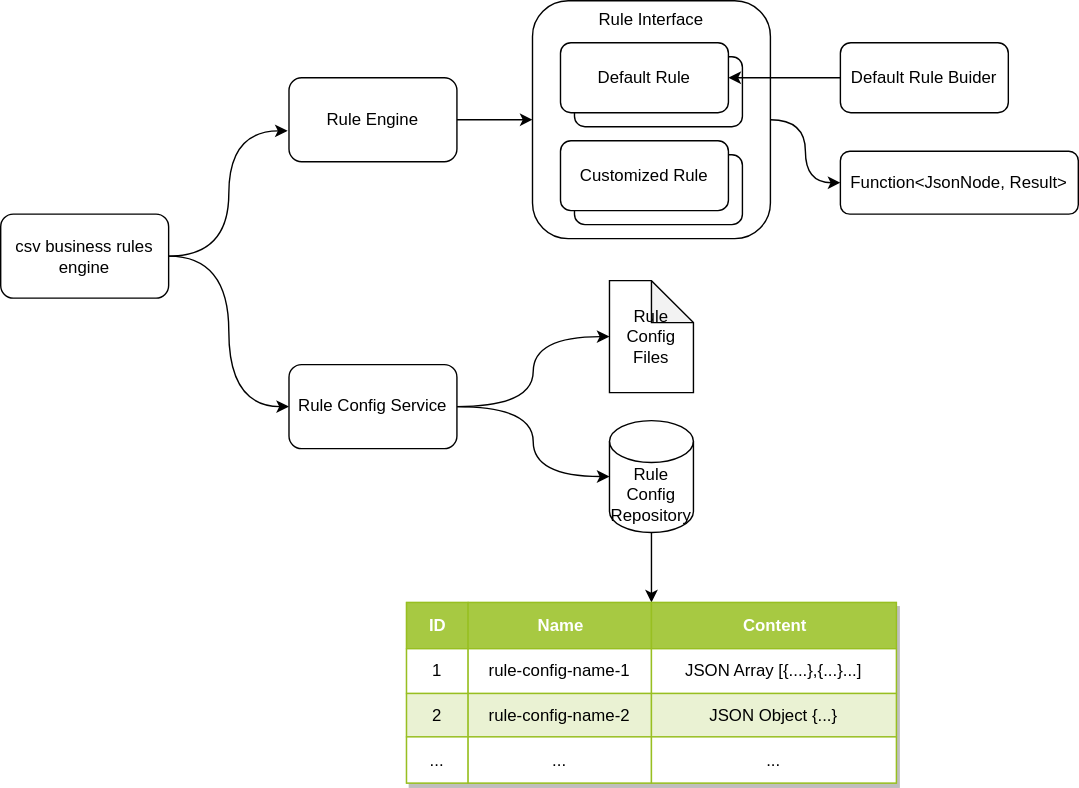
colinzhu/business-rule-engine keeps this draw.io diagram as csv-business-rules-engine.drawio.svg. Above is the earlier version. Source tidied: cells renumbered, new cells last; positions are measured from the earlier drawing's top-left corner, leaving out a move shared by most shapes.
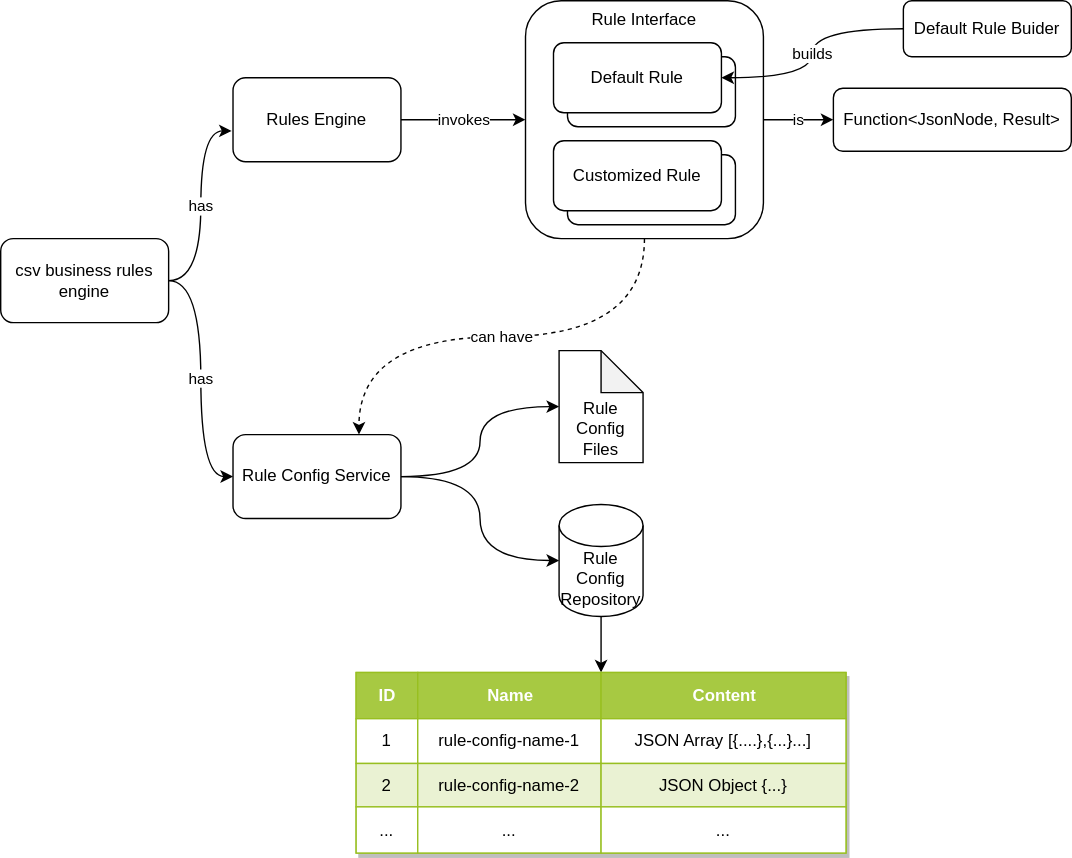
After the change.

Change to the diagram source:
```diff
@@ -2,44 +2,44 @@
   <root>
     <mxCell id="0" />
     <mxCell id="1" parent="0" />
-    <mxCell id="2" style="edgeStyle=orthogonalEdgeStyle;curved=1;rounded=0;jettySize=auto;html=1;entryX=-0.008;entryY=0.633;entryDx=0;entryDy=0;entryPerimeter=0;exitX=1;exitY=0.5;exitDx=0;exitDy=0;" parent="1" edge="1" source="4" target="6">
+    <mxCell id="2" value="has" style="edgeStyle=orthogonalEdgeStyle;curved=1;rounded=0;jettySize=auto;html=1;entryX=-0.008;entryY=0.633;entryDx=0;entryDy=0;entryPerimeter=0;exitX=1;exitY=0.5;exitDx=0;exitDy=0;" parent="1" edge="1" source="4" target="6">
       <mxGeometry relative="1" as="geometry" />
     </mxCell>
-    <mxCell id="3" style="edgeStyle=orthogonalEdgeStyle;curved=1;rounded=0;jettySize=auto;html=1;entryX=0;entryY=0.5;entryDx=0;entryDy=0;" parent="1" edge="1" source="4" target="11">
+    <mxCell id="3" value="has" style="edgeStyle=orthogonalEdgeStyle;curved=1;rounded=0;jettySize=auto;html=1;entryX=0;entryY=0.5;entryDx=0;entryDy=0;" parent="1" edge="1" source="4" target="11">
       <mxGeometry relative="1" as="geometry" />
     </mxCell>
     <mxCell id="4" value="csv business rules engine" style="rounded=1;whiteSpace=wrap;html=1;" parent="1" vertex="1">
-      <mxGeometry y="152.5" width="120" height="60" as="geometry" />
+      <mxGeometry x="-10" y="170" width="120" height="60" as="geometry" />
     </mxCell>
-    <mxCell id="5" style="edgeStyle=orthogonalEdgeStyle;curved=1;rounded=0;jettySize=auto;html=1;entryX=0;entryY=0.5;entryDx=0;entryDy=0;" parent="1" edge="1" source="6" target="32">
+    <mxCell id="5" value="invokes" style="edgeStyle=orthogonalEdgeStyle;curved=1;rounded=0;jettySize=auto;html=1;entryX=0;entryY=0.5;entryDx=0;entryDy=0;exitX=1;exitY=0.5;exitDx=0;exitDy=0;" parent="1" edge="1" source="6" target="32">
       <mxGeometry relative="1" as="geometry" />
     </mxCell>
-    <mxCell id="6" value="Rule Engine" style="rounded=1;whiteSpace=wrap;html=1;" parent="1" vertex="1">
-      <mxGeometry x="206" y="55" width="120" height="60" as="geometry" />
+    <mxCell id="6" value="Rules Engine" style="rounded=1;whiteSpace=wrap;html=1;" parent="1" vertex="1">
+      <mxGeometry x="156" y="55" width="120" height="60" as="geometry" />
     </mxCell>
     <mxCell id="7" style="edgeStyle=orthogonalEdgeStyle;curved=1;rounded=0;jettySize=auto;html=1;" parent="1" edge="1" source="8" target="15">
       <mxGeometry relative="1" as="geometry" />
     </mxCell>
     <mxCell id="8" value="Rule Config Repository" style="shape=cylinder3;whiteSpace=wrap;html=1;boundedLbl=1;backgroundOutline=1;size=15;" parent="1" vertex="1">
-      <mxGeometry x="435" y="300" width="60" height="80" as="geometry" />
+      <mxGeometry x="389" y="360" width="60" height="80" as="geometry" />
     </mxCell>
-    <mxCell id="9" style="edgeStyle=orthogonalEdgeStyle;curved=1;rounded=0;jettySize=auto;html=1;entryX=0;entryY=0.5;entryDx=0;entryDy=0;entryPerimeter=0;" parent="1" edge="1" source="11" target="12">
+    <mxCell id="9" style="edgeStyle=orthogonalEdgeStyle;curved=1;rounded=0;jettySize=auto;html=1;entryX=0;entryY=0.5;entryDx=0;entryDy=0;entryPerimeter=0;exitX=1;exitY=0.5;exitDx=0;exitDy=0;" parent="1" edge="1" source="11" target="12">
       <mxGeometry relative="1" as="geometry" />
     </mxCell>
-    <mxCell id="10" style="edgeStyle=orthogonalEdgeStyle;curved=1;rounded=0;jettySize=auto;html=1;entryX=0;entryY=0.5;entryDx=0;entryDy=0;entryPerimeter=0;" parent="1" edge="1" source="11" target="8">
+    <mxCell id="10" style="edgeStyle=orthogonalEdgeStyle;curved=1;rounded=0;jettySize=auto;html=1;entryX=0;entryY=0.5;entryDx=0;entryDy=0;entryPerimeter=0;exitX=1;exitY=0.5;exitDx=0;exitDy=0;" parent="1" edge="1" source="11" target="8">
       <mxGeometry relative="1" as="geometry" />
     </mxCell>
     <mxCell id="11" value="Rule Config Service" style="rounded=1;whiteSpace=wrap;html=1;" parent="1" vertex="1">
-      <mxGeometry x="206" y="260" width="120" height="60" as="geometry" />
+      <mxGeometry x="156" y="310" width="120" height="60" as="geometry" />
     </mxCell>
-    <mxCell id="12" value="Rule Config Files" style="shape=note;whiteSpace=wrap;html=1;backgroundOutline=1;darkOpacity=0.05;" parent="1" vertex="1">
-      <mxGeometry x="435" y="200" width="60" height="80" as="geometry" />
+    <mxCell id="12" value="Rule Config Files" style="shape=note;whiteSpace=wrap;html=1;backgroundOutline=1;darkOpacity=0.05;verticalAlign=bottom;" parent="1" vertex="1">
+      <mxGeometry x="389" y="250" width="60" height="80" as="geometry" />
     </mxCell>
     <mxCell id="13" value="Default Rule Buider" style="rounded=1;whiteSpace=wrap;html=1;" parent="1" vertex="1">
-      <mxGeometry x="600" y="30" width="120" height="50" as="geometry" />
+      <mxGeometry x="635" width="120" height="40" as="geometry" />
     </mxCell>
     <mxCell id="14" value="Assets" style="strokeColor=#98bf21;fillColor=#A7C942;shadow=1;" parent="1" vertex="1">
-      <mxGeometry x="290" y="430" width="350" height="129" as="geometry" />
+      <mxGeometry x="244" y="480" width="350" height="129" as="geometry" />
     </mxCell>
     <mxCell id="15" style="shape=tableRow;horizontal=0;startSize=0;swimlaneHead=0;swimlaneBody=0;top=0;left=0;bottom=0;right=0;fontStyle=0;strokeColor=inherit;fillColor=#ffffff;" parent="14" vertex="1">
       <mxGeometry width="350" height="33" as="geometry" />
@@ -89,14 +89,17 @@
     <mxCell id="30" value="..." style="strokeColor=inherit;fillColor=inherit;fontStyle=0;align=center;whiteSpace=wrap;html=1;" parent="27" vertex="1">
       <mxGeometry x="175" width="175" height="33" as="geometry" />
     </mxCell>
-    <mxCell id="31" style="edgeStyle=orthogonalEdgeStyle;curved=1;rounded=0;jettySize=auto;html=1;entryX=0;entryY=0.5;entryDx=0;entryDy=0;exitX=1;exitY=0.5;exitDx=0;exitDy=0;" parent="1" edge="1" source="32" target="40">
+    <mxCell id="31" value="is" style="edgeStyle=orthogonalEdgeStyle;curved=1;rounded=0;jettySize=auto;html=1;entryX=0;entryY=0.5;entryDx=0;entryDy=0;exitX=1;exitY=0.5;exitDx=0;exitDy=0;" parent="1" edge="1" source="32" target="40">
       <mxGeometry relative="1" as="geometry" />
     </mxCell>
+    <mxCell id="41" value="can have" style="edgeStyle=orthogonalEdgeStyle;curved=1;rounded=0;jettySize=auto;html=1;entryX=0.75;entryY=0;entryDx=0;entryDy=0;dashed=1;exitX=0.5;exitY=1;exitDx=0;exitDy=0;" parent="1" edge="1" source="32" target="11">
+      <mxGeometry relative="1" as="geometry" />
+    </mxCell>
     <mxCell id="32" value="Rule Interface" style="rounded=1;whiteSpace=wrap;html=1;verticalAlign=top;" parent="1" vertex="1">
-      <mxGeometry x="380" width="170" height="170" as="geometry" />
+      <mxGeometry x="365" width="170" height="170" as="geometry" />
     </mxCell>
     <mxCell id="33" style="group;" parent="1" vertex="1">
-      <mxGeometry x="400" y="100" width="130" height="60" as="geometry" />
+      <mxGeometry x="385" y="100" width="130" height="60" as="geometry" />
     </mxCell>
     <mxCell id="34" value="Customized Rule" style="rounded=1;whiteSpace=wrap;html=1;" parent="33" vertex="1">
       <mxGeometry x="10" y="10" width="120" height="50" as="geometry" />
@@ -105,7 +108,7 @@
       <mxGeometry width="120" height="50" as="geometry" />
     </mxCell>
     <mxCell id="36" style="group;" parent="1" vertex="1">
-      <mxGeometry x="400" y="30" width="130" height="60" as="geometry" />
+      <mxGeometry x="385" y="30" width="130" height="60" as="geometry" />
     </mxCell>
     <mxCell id="37" value="Default Rule" style="rounded=1;whiteSpace=wrap;html=1;" parent="36" vertex="1">
       <mxGeometry x="10" y="10" width="120" height="50" as="geometry" />
@@ -113,11 +116,11 @@
     <mxCell id="38" value="Default Rule" style="rounded=1;whiteSpace=wrap;html=1;" parent="36" vertex="1">
       <mxGeometry width="120" height="50" as="geometry" />
     </mxCell>
-    <mxCell id="39" style="edgeStyle=orthogonalEdgeStyle;curved=1;rounded=0;jettySize=auto;html=1;" parent="1" edge="1" source="13" target="38">
+    <mxCell id="39" value="builds" style="edgeStyle=orthogonalEdgeStyle;curved=1;rounded=0;jettySize=auto;html=1;" parent="1" edge="1" source="13" target="38">
       <mxGeometry relative="1" as="geometry" />
     </mxCell>
     <mxCell id="40" value="Function&amp;lt;JsonNode, Result&amp;gt;" style="rounded=1;whiteSpace=wrap;html=1;" parent="1" vertex="1">
-      <mxGeometry x="600" y="107.5" width="170" height="45" as="geometry" />
+      <mxGeometry x="585" y="62.5" width="170" height="45" as="geometry" />
     </mxCell>
   </root>
 </mxGraphModel>
```
